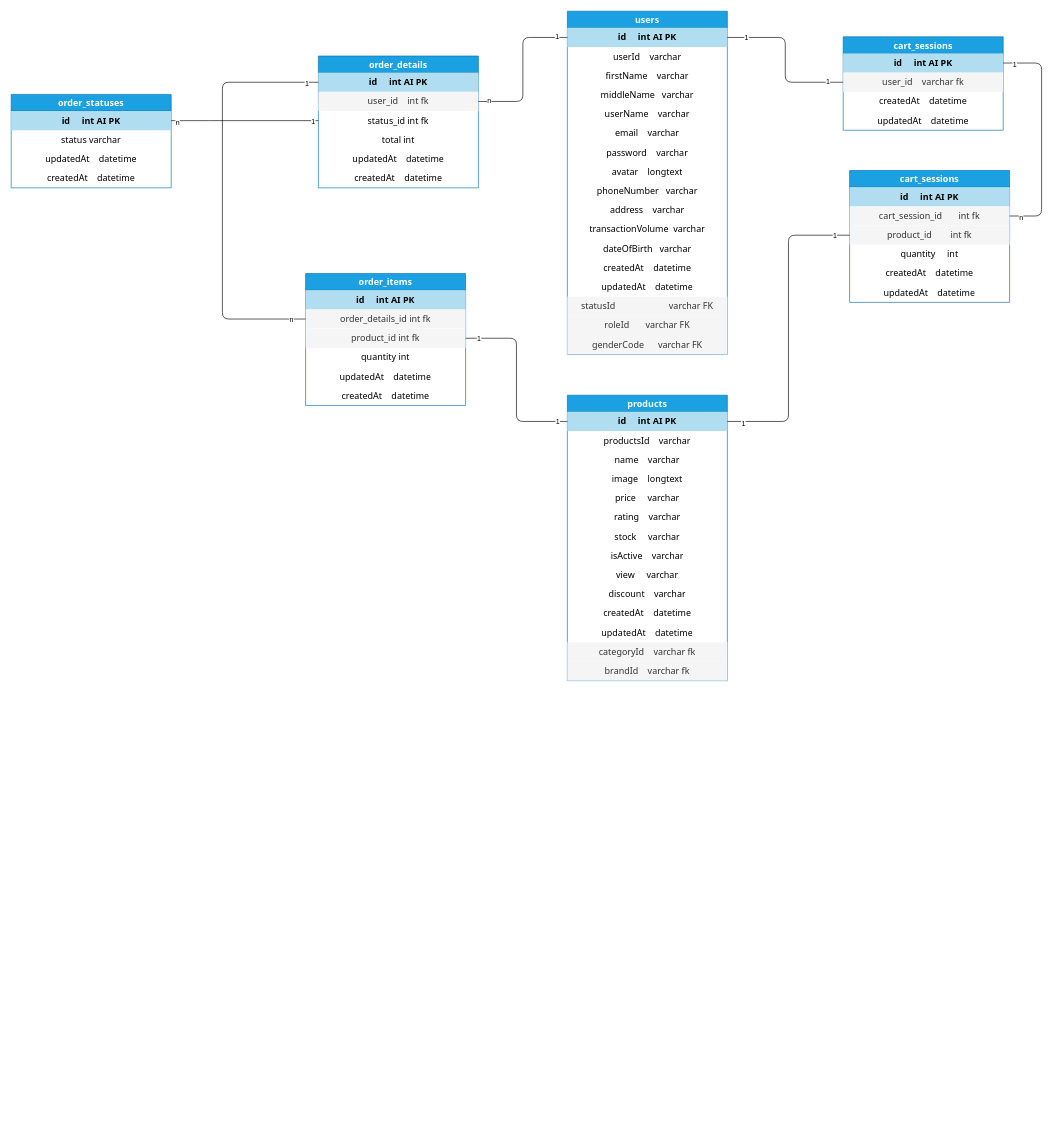
Before: page "Trang-1" (1 of 14) of Diagram/Diagram-database.drawio in HaVanDuoc/tech-ecommerce-website, a draw.io diagram. Source tidied: cells renumbered, new cells numbered last; positions are measured from the earlier drawing's top-left corner, leaving out a move shared by most shapes. Both pictures are drawn from the tidied source at 64%, with x=0, y=0 at pixel (11, 11).
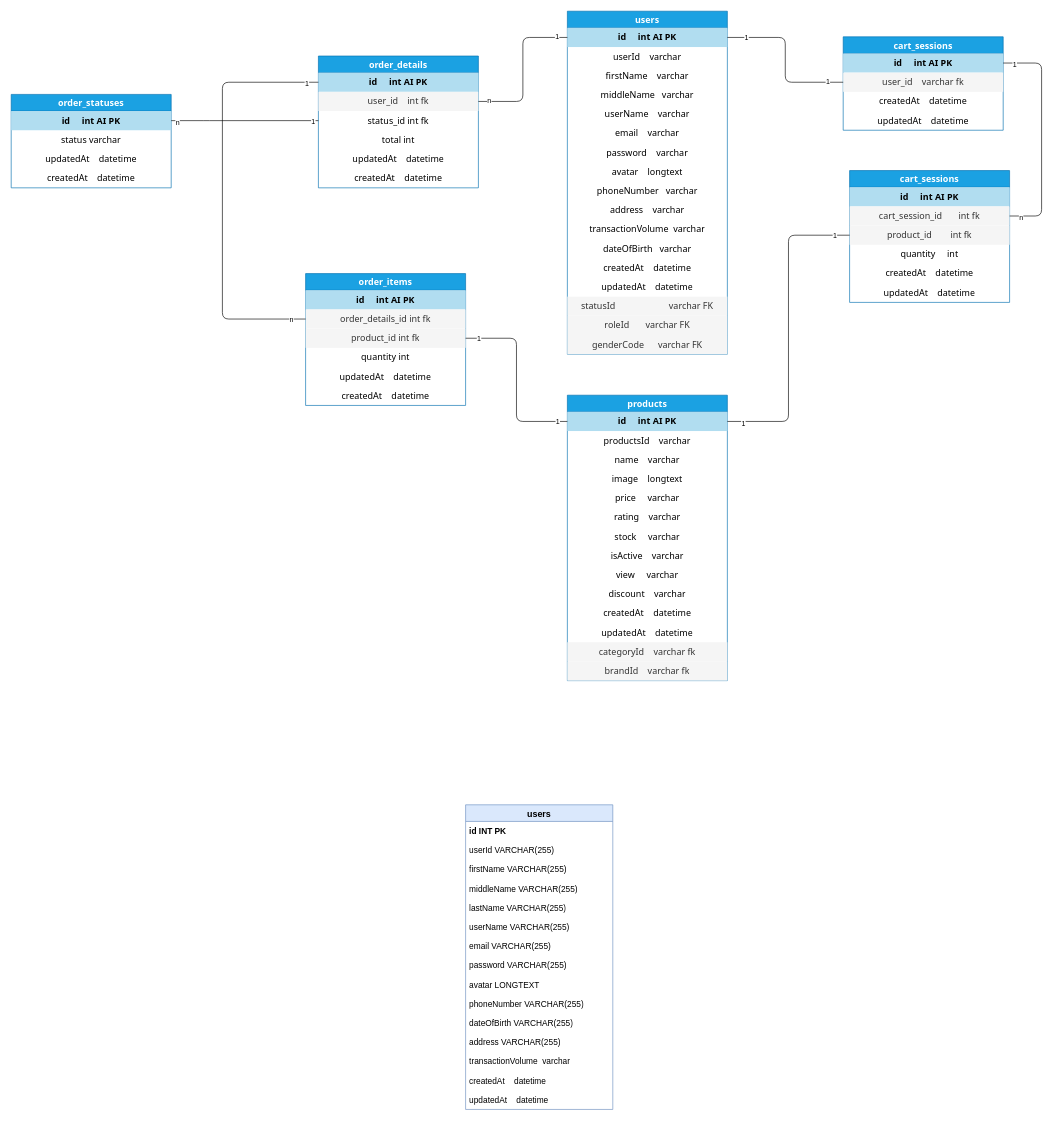
The same diagram, later.

Diff of the diagram source:
```diff
@@
+    <mxCell id="87" value="users" style="swimlane;fontStyle=1;horizontal=1;startSize=26;align=center;fontSize=14;fontFamily=Helvetica;fillColor=#dae8fc;strokeColor=#6c8ebf;" parent="1" vertex="1">
+      <mxGeometry x="710" y="1240" width="230" height="476" as="geometry" />
+    </mxCell>
+    <mxCell id="88" value="id INT PK" style="text;spacingLeft=4;spacingRight=4;overflow=hidden;fontSize=13;whiteSpace=wrap;html=1;align=left;verticalAlign=middle;spacingTop=0;fontFamily=Helvetica;fontStyle=1;" parent="87" vertex="1">
+      <mxGeometry y="26" width="230" height="30" as="geometry" />
+    </mxCell>
+    <mxCell id="89" value="&lt;div style=&quot;font-size: 13px;&quot;&gt;&lt;span style=&quot;font-weight: normal; background-color: initial; font-size: 13px;&quot;&gt;userId&amp;nbsp;&lt;/span&gt;&lt;span style=&quot;font-weight: normal; background-color: initial; white-space: pre; font-size: 13px;&quot;&gt;VARCHAR(255)&lt;/span&gt;&lt;/div&gt;" style="text;strokeColor=none;fillColor=none;spacingLeft=4;spacingRight=4;overflow=hidden;fontSize=13;whiteSpace=wrap;html=1;align=left;verticalAlign=middle;fontFamily=Helvetica;fontStyle=1;" parent="87" vertex="1">
+      <mxGeometry y="56" width="230" height="30" as="geometry" />
+    </mxCell>
+    <mxCell id="90" value="&lt;span style=&quot;font-size: 13px;&quot;&gt;firstName&lt;span style=&quot;font-size: 13px;&quot;&gt;&amp;nbsp;&lt;/span&gt;&lt;/span&gt;VARCHAR(255)" style="text;strokeColor=none;fillColor=none;spacingLeft=4;spacingRight=4;overflow=hidden;fontSize=13;whiteSpace=wrap;html=1;align=left;verticalAlign=middle;fontFamily=Helvetica;" parent="87" vertex="1">
+      <mxGeometry y="86" width="230" height="30" as="geometry" />
+    </mxCell>
+    <mxCell id="91" value="&lt;span style=&quot;font-size: 13px;&quot;&gt;middleName&amp;nbsp;&lt;/span&gt;VARCHAR(255)" style="text;strokeColor=none;fillColor=none;spacingLeft=4;spacingRight=4;overflow=hidden;fontSize=13;whiteSpace=wrap;html=1;align=left;verticalAlign=middle;fontFamily=Helvetica;" parent="87" vertex="1">
+      <mxGeometry y="116" width="230" height="30" as="geometry" />
+    </mxCell>
+    <mxCell id="92" value="&lt;span style=&quot;font-size: 13px;&quot;&gt;lastName&amp;nbsp;&lt;/span&gt;VARCHAR(255)" style="text;strokeColor=none;fillColor=none;spacingLeft=4;spacingRight=4;overflow=hidden;fontSize=13;whiteSpace=wrap;html=1;align=left;verticalAlign=middle;fontFamily=Helvetica;" parent="87" vertex="1">
+      <mxGeometry y="146" width="230" height="30" as="geometry" />
+    </mxCell>
+    <mxCell id="93" value="userName&lt;span style=&quot;&quot;&gt;&amp;nbsp;&lt;/span&gt;VARCHAR(255)" style="text;strokeColor=none;fillColor=none;spacingLeft=4;spacingRight=4;overflow=hidden;fontSize=13;whiteSpace=wrap;html=1;align=left;verticalAlign=middle;fontFamily=Helvetica;" parent="87" vertex="1">
+      <mxGeometry y="176" width="230" height="30" as="geometry" />
+    </mxCell>
+    <mxCell id="94" value="email&lt;span style=&quot;&quot;&gt;&amp;nbsp;&lt;/span&gt;VARCHAR(255)" style="text;strokeColor=none;fillColor=none;spacingLeft=4;spacingRight=4;overflow=hidden;fontSize=13;whiteSpace=wrap;html=1;align=left;verticalAlign=middle;fontFamily=Helvetica;" parent="87" vertex="1">
+      <mxGeometry y="206" width="230" height="30" as="geometry" />
+    </mxCell>
+    <mxCell id="95" value="password&lt;span style=&quot;&quot;&gt;&amp;nbsp;&lt;/span&gt;VARCHAR(255)" style="text;strokeColor=none;fillColor=none;spacingLeft=4;spacingRight=4;overflow=hidden;fontSize=13;whiteSpace=wrap;html=1;align=left;verticalAlign=middle;fontFamily=Helvetica;" parent="87" vertex="1">
+      <mxGeometry y="236" width="230" height="30" as="geometry" />
+    </mxCell>
+    <mxCell id="96" value="avatar&lt;span style=&quot;white-space: pre;&quot;&gt;&amp;nbsp;LONGTEXT&lt;/span&gt;" style="text;strokeColor=none;fillColor=none;spacingLeft=4;spacingRight=4;overflow=hidden;fontSize=13;whiteSpace=wrap;html=1;align=left;verticalAlign=middle;fontFamily=Helvetica;" parent="87" vertex="1">
+      <mxGeometry y="266" width="230" height="30" as="geometry" />
+    </mxCell>
+    <mxCell id="97" value="phoneNumber&lt;span style=&quot;&quot;&gt;&amp;nbsp;&lt;/span&gt;VARCHAR(255)" style="text;strokeColor=none;fillColor=none;spacingLeft=4;spacingRight=4;overflow=hidden;fontSize=13;whiteSpace=wrap;html=1;align=left;verticalAlign=middle;fontFamily=Helvetica;" parent="87" vertex="1">
+      <mxGeometry y="296" width="230" height="30" as="geometry" />
+    </mxCell>
+    <mxCell id="98" value="dateOfBirth&lt;span style=&quot;&quot;&gt;&amp;nbsp;&lt;/span&gt;VARCHAR(255)" style="text;strokeColor=none;fillColor=none;spacingLeft=4;spacingRight=4;overflow=hidden;fontSize=13;whiteSpace=wrap;html=1;align=left;verticalAlign=middle;fontFamily=Helvetica;" parent="87" vertex="1">
+      <mxGeometry y="326" width="230" height="30" as="geometry" />
+    </mxCell>
+    <mxCell id="99" value="address&lt;span style=&quot;&quot;&gt;&amp;nbsp;&lt;/span&gt;VARCHAR(255)" style="text;strokeColor=none;fillColor=none;spacingLeft=4;spacingRight=4;overflow=hidden;fontSize=13;whiteSpace=wrap;html=1;align=left;verticalAlign=middle;fontFamily=Helvetica;" parent="87" vertex="1">
+      <mxGeometry y="356" width="230" height="30" as="geometry" />
+    </mxCell>
+    <mxCell id="100" value="transactionVolume&lt;span style=&quot;white-space: pre; font-size: 13px;&quot;&gt; &lt;/span&gt;&lt;span style=&quot;white-space: pre; font-size: 13px;&quot;&gt; &lt;/span&gt;varchar" style="text;strokeColor=none;fillColor=none;spacingLeft=4;spacingRight=4;overflow=hidden;fontSize=13;whiteSpace=wrap;html=1;align=left;verticalAlign=middle;fontFamily=Helvetica;" parent="87" vertex="1">
+      <mxGeometry y="386" width="230" height="30" as="geometry" />
+    </mxCell>
+    <mxCell id="101" value="createdAt&lt;span style=&quot;white-space: pre; font-size: 13px;&quot;&gt; &lt;/span&gt;&lt;span style=&quot;white-space: pre; font-size: 13px;&quot;&gt; &lt;/span&gt;&lt;span style=&quot;white-space: pre; font-size: 13px;&quot;&gt; &lt;/span&gt;&lt;span style=&quot;white-space: pre; font-size: 13px;&quot;&gt; &lt;/span&gt;datetime" style="text;strokeColor=none;fillColor=none;spacingLeft=4;spacingRight=4;overflow=hidden;fontSize=13;whiteSpace=wrap;html=1;align=left;verticalAlign=middle;fontFamily=Helvetica;" parent="87" vertex="1">
+      <mxGeometry y="416" width="230" height="30" as="geometry" />
+    </mxCell>
+    <mxCell id="102" value="updatedAt&lt;span style=&quot;white-space: pre; font-size: 13px;&quot;&gt; &lt;/span&gt;&lt;span style=&quot;white-space: pre; font-size: 13px;&quot;&gt; &lt;/span&gt;&lt;span style=&quot;white-space: pre; font-size: 13px;&quot;&gt; &lt;/span&gt;&lt;span style=&quot;white-space: pre; font-size: 13px;&quot;&gt; &lt;/span&gt;datetime" style="text;strokeColor=none;fillColor=none;spacingLeft=4;spacingRight=4;overflow=hidden;fontSize=13;whiteSpace=wrap;html=1;align=left;verticalAlign=middle;fontFamily=Helvetica;" parent="87" vertex="1">
+      <mxGeometry y="446" width="230" height="30" as="geometry" />
+    </mxCell>
```
